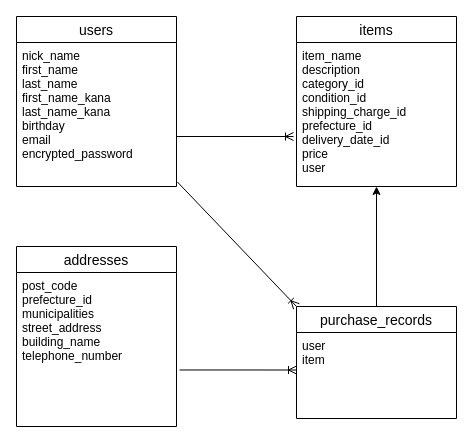
The draw.io diagram DB.dio in Matsu1209/furima-39596, before the edit. Source tidied: cells renumbered, new cells numbered last; positions are measured from the earlier drawing's top-left corner, leaving out a move shared by most shapes. Both pictures are drawn from the tidied source at 100%, with x=0, y=0 at pixel (16, 16).
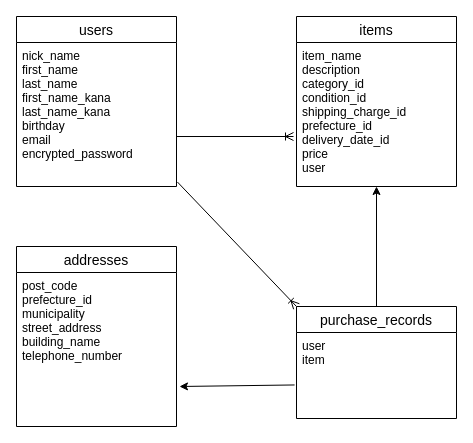
After the change.

What changed in the source:
```diff
@@
 <mxGraphModel>
   <root>
     <mxCell id="0" />
     <mxCell id="1" parent="0" />
     <mxCell id="2" value="users" style="swimlane;fontStyle=0;horizontal=1;startSize=26;align=center;fontSize=14;" parent="1" vertex="1">
       <mxGeometry width="160" height="170" as="geometry" />
     </mxCell>
     <mxCell id="3" value="nick_name&#10;first_name&#10;last_name&#10;first_name_kana&#10;last_name_kana&#10;birthday&#10;email&#10;encrypted_password" style="text;strokeColor=none;fillColor=none;spacingLeft=4;spacingRight=4;overflow=hidden;points=[[0,0.5],[1,0.5]];portConstraint=eastwest;fontSize=12;" parent="2" vertex="1">
       <mxGeometry y="26" width="160" height="144" as="geometry" />
     </mxCell>
     <mxCell id="4" value="items" style="swimlane;fontStyle=0;horizontal=1;startSize=26;align=center;fontSize=14;" parent="1" vertex="1">
       <mxGeometry x="280" width="160" height="170" as="geometry" />
     </mxCell>
     <mxCell id="5" value="item_name&#10;description&#10;category_id&#10;condition_id&#10;shipping_charge_id&#10;prefecture_id&#10;delivery_date_id&#10;price&#10;user" style="text;strokeColor=none;fillColor=none;spacingLeft=4;spacingRight=4;overflow=hidden;points=[[0,0.5],[1,0.5]];portConstraint=eastwest;fontSize=12;" parent="4" vertex="1">
       <mxGeometry y="26" width="160" height="144" as="geometry" />
     </mxCell>
-    <mxCell id="6" style="html=1;endArrow=ERoneToMany;endFill=0;exitX=1.019;exitY=0.633;exitDx=0;exitDy=0;exitPerimeter=0;entryX=0;entryY=0.436;entryDx=0;entryDy=0;entryPerimeter=0;" parent="1" edge="1" source="8" target="12">
-      <mxGeometry relative="1" as="geometry" />
+    <mxCell id="6" style="html=1;endArrow=classic;endFill=1;exitX=-0.012;exitY=0.61;exitDx=0;exitDy=0;exitPerimeter=0;" parent="1" edge="1" source="12">
+      <mxGeometry relative="1" as="geometry">
+        <mxPoint x="163" y="370" as="targetPoint" />
+      </mxGeometry>
     </mxCell>
     <mxCell id="7" value="addresses" style="swimlane;fontStyle=0;horizontal=1;startSize=26;align=center;fontSize=14;" parent="1" vertex="1">
       <mxGeometry y="230" width="160" height="180" as="geometry" />
     </mxCell>
-    <mxCell id="8" value="post_code&#10;prefecture_id&#10;municipalities&#10;street_address&#10;building_name&#10;telephone_number" style="text;strokeColor=none;fillColor=none;spacingLeft=4;spacingRight=4;overflow=hidden;points=[[0,0.5],[1,0.5]];portConstraint=eastwest;fontSize=12;" parent="7" vertex="1">
+    <mxCell id="8" value="post_code&#10;prefecture_id&#10;municipality&#10;street_address&#10;building_name&#10;telephone_number" style="text;strokeColor=none;fillColor=none;spacingLeft=4;spacingRight=4;overflow=hidden;points=[[0,0.5],[1,0.5]];portConstraint=eastwest;fontSize=12;" parent="7" vertex="1">
       <mxGeometry y="26" width="160" height="154" as="geometry" />
     </mxCell>
     <mxCell id="9" style="edgeStyle=none;html=1;endArrow=ERoneToMany;endFill=0;exitX=1.006;exitY=0.969;exitDx=0;exitDy=0;exitPerimeter=0;entryX=0;entryY=0;entryDx=0;entryDy=0;" parent="1" edge="1" source="3" target="11">
       <mxGeometry relative="1" as="geometry" />
     </mxCell>
     <mxCell id="10" style="edgeStyle=none;html=1;endArrow=classic;endFill=1;" parent="1" edge="1" source="11" target="5">
       <mxGeometry relative="1" as="geometry" />
     </mxCell>
     <mxCell id="11" value="purchase_records" style="swimlane;fontStyle=0;horizontal=1;startSize=26;align=center;fontSize=14;" parent="1" vertex="1">
       <mxGeometry x="280" y="290" width="160" height="112" as="geometry" />
     </mxCell>
     <mxCell id="12" value="user&#10;item" style="text;strokeColor=none;fillColor=none;spacingLeft=4;spacingRight=4;overflow=hidden;points=[[0,0.5],[1,0.5]];portConstraint=eastwest;fontSize=12;" parent="11" vertex="1">
       <mxGeometry y="26" width="160" height="86" as="geometry" />
     </mxCell>
     <mxCell id="13" style="edgeStyle=none;html=1;endArrow=ERoneToMany;endFill=0;exitX=1;exitY=0.653;exitDx=0;exitDy=0;exitPerimeter=0;" parent="1" edge="1" source="3">
       <mxGeometry relative="1" as="geometry">
         <mxPoint x="277" y="120" as="targetPoint" />
       </mxGeometry>
     </mxCell>
   </root>
 </mxGraphModel>
```
